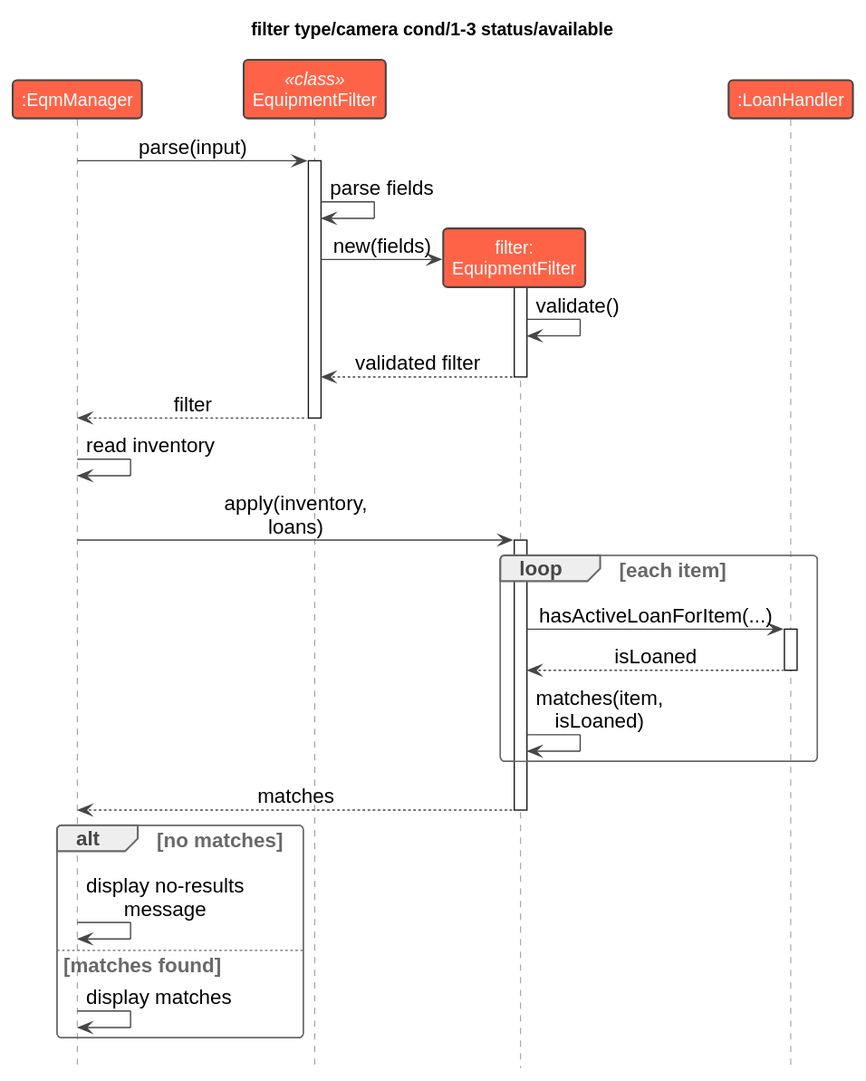
Earlier version of the PlantUML export docs/images/EquipmentFilterSequence.svg (AY2627S1-CS2113-W13-1/tp).
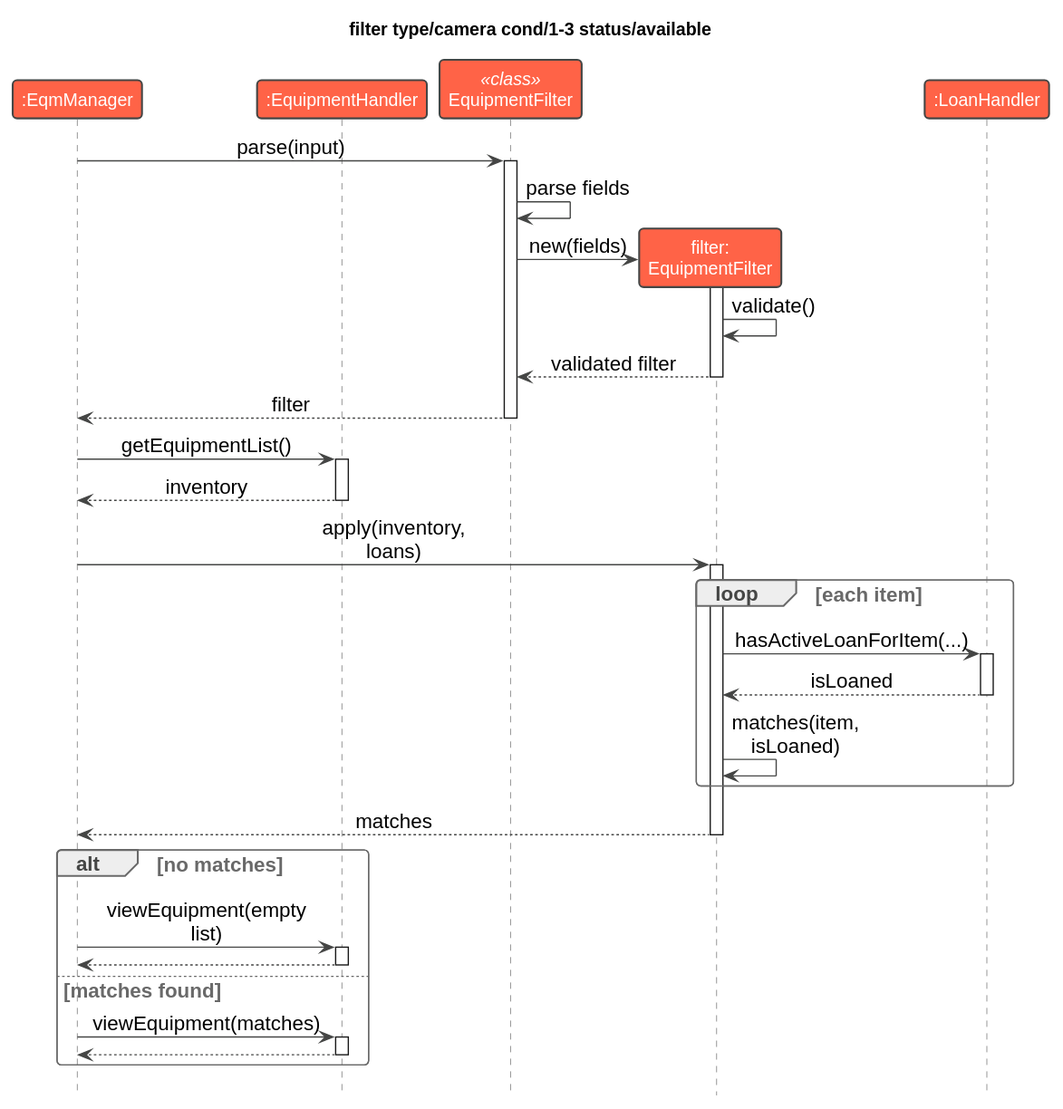
Later version of the same file.

What changed in the source:
```diff
@@ -9,6 +9,7 @@
 title filter type/camera cond/1-3 status/available
 
 participant ":EqmManager" as Manager
+participant ":EquipmentHandler" as Inventory
 participant "EquipmentFilter" as Parsing <<class>>
 participant "filter:\nEquipmentFilter" as Filter
 participant ":LoanHandler" as Loans
@@ -24,7 +25,10 @@
 deactivate Filter
 Parsing --> Manager : filter
 deactivate Parsing
-Manager -> Manager : read inventory
+Manager -> Inventory : getEquipmentList()
+activate Inventory
+Inventory --> Manager : inventory
+deactivate Inventory
 Manager -> Filter : apply(inventory, loans)
 activate Filter
 loop each item
@@ -37,8 +41,14 @@
 Filter --> Manager : matches
 deactivate Filter
 alt no matches
-    Manager -> Manager : display no-results message
+    Manager -> Inventory : viewEquipment(empty list)
+    activate Inventory
+    Inventory --> Manager
+    deactivate Inventory
 else matches found
-    Manager -> Manager : display matches
+    Manager -> Inventory : viewEquipment(matches)
+    activate Inventory
+    Inventory --> Manager
+    deactivate Inventory
 end
 @enduml
```
